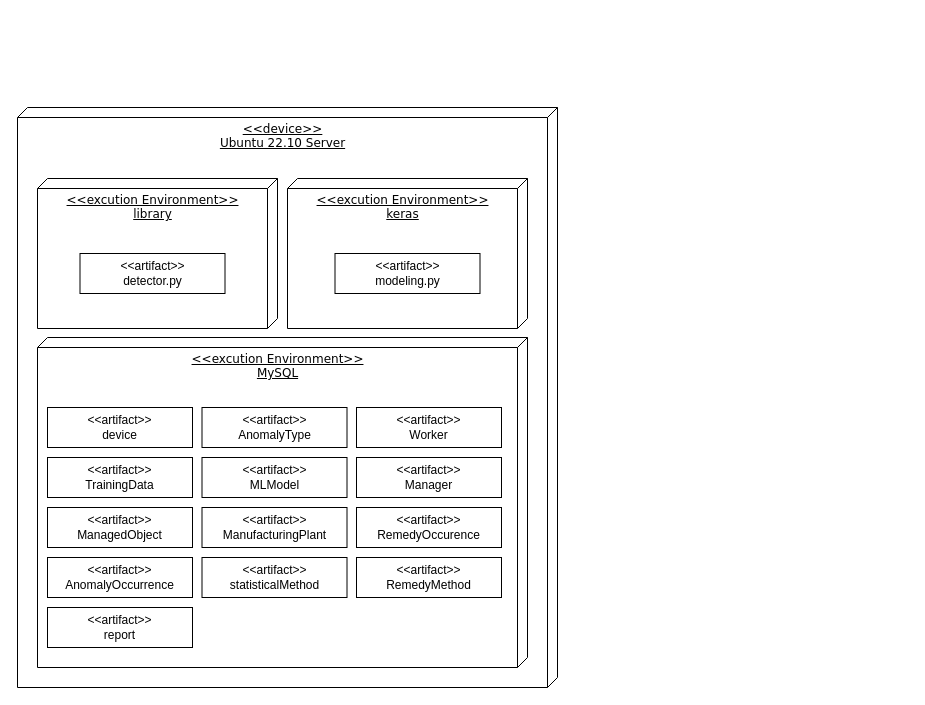
This is aa_deployment_diagram.drawio from ShineSoYoung/TEST, a draw.io file, before an edit. Source tidied: cells renumbered, new cells numbered last; positions are measured from the earlier drawing's top-left corner, leaving out a move shared by most shapes. Both pictures are drawn from the tidied source at 100%, with x=0, y=0 at pixel (17, 107).
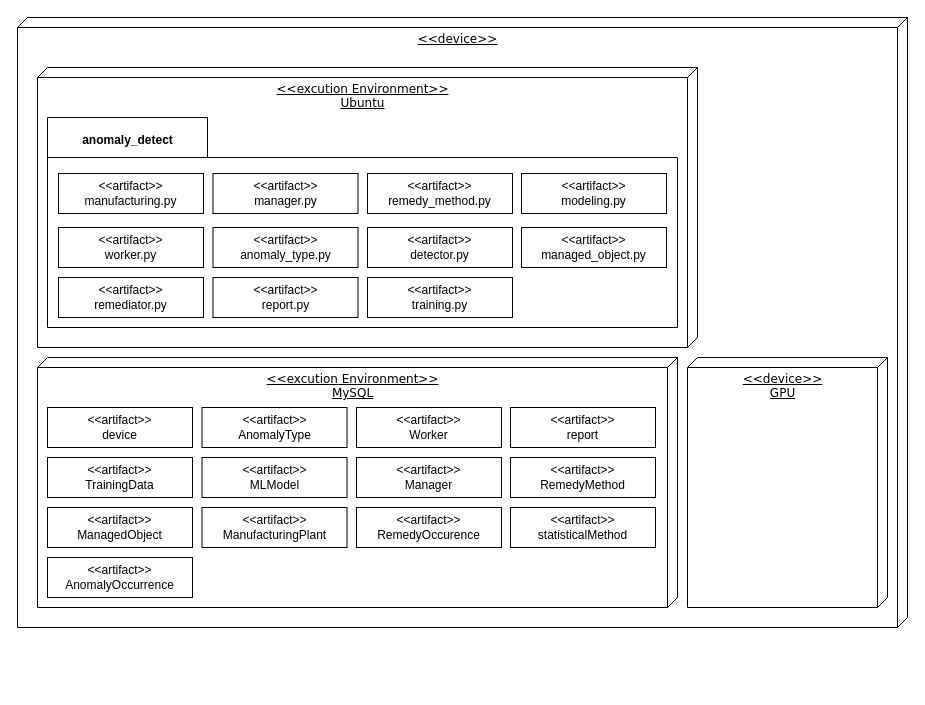
The same diagram, later.

Diff of the diagram source:
```diff
@@
-    <mxCell id="2" value="&amp;lt;&amp;lt;device&amp;gt;&amp;gt; &lt;br&gt;Ubuntu 22.10 Server" style="verticalAlign=top;align=center;spacingTop=8;spacingLeft=2;spacingRight=12;shape=cube;size=10;direction=south;fontStyle=4;html=1;rounded=0;shadow=0;comic=0;labelBackgroundColor=none;strokeWidth=1;fontFamily=Verdana;fontSize=12;" parent="1" vertex="1">
-      <mxGeometry width="540" height="580" as="geometry" />
+    <mxCell id="2" value="&amp;lt;&amp;lt;device&amp;gt;&amp;gt; &lt;br&gt;" style="verticalAlign=top;align=center;spacingTop=8;spacingLeft=2;spacingRight=12;shape=cube;size=10;direction=south;fontStyle=4;html=1;rounded=0;shadow=0;comic=0;labelBackgroundColor=none;strokeWidth=1;fontFamily=Verdana;fontSize=12;" parent="1" vertex="1">
+      <mxGeometry y="-90" width="890" height="610" as="geometry" />
     </mxCell>
-    <mxCell id="3" value="&amp;lt;&amp;lt;excution Environment&amp;gt;&amp;gt;&lt;br&gt;library" style="verticalAlign=top;align=center;spacingTop=8;spacingLeft=2;spacingRight=12;shape=cube;size=10;direction=south;fontStyle=4;html=1;rounded=0;shadow=0;comic=0;labelBackgroundColor=none;strokeWidth=1;fontFamily=Verdana;fontSize=12;" parent="1" vertex="1">
-      <mxGeometry x="20" y="71" width="240" height="150" as="geometry" />
+    <mxCell id="3" value="&amp;lt;&amp;lt;excution Environment&amp;gt;&amp;gt;&lt;br&gt;Ubuntu" style="verticalAlign=top;align=center;spacingTop=8;spacingLeft=2;spacingRight=12;shape=cube;size=10;direction=south;fontStyle=4;html=1;rounded=0;shadow=0;comic=0;labelBackgroundColor=none;strokeWidth=1;fontFamily=Verdana;fontSize=12;" parent="1" vertex="1">
+      <mxGeometry x="20" y="-40" width="660" height="280" as="geometry" />
     </mxCell>
     <mxCell id="4" value="&amp;lt;&amp;lt;excution Environment&amp;gt;&amp;gt;&lt;br&gt;MySQL" style="verticalAlign=top;align=center;spacingTop=8;spacingLeft=2;spacingRight=12;shape=cube;size=10;direction=south;fontStyle=4;html=1;rounded=0;shadow=0;comic=0;labelBackgroundColor=none;strokeWidth=1;fontFamily=Verdana;fontSize=12;" parent="1" vertex="1">
-      <mxGeometry x="20" y="230" width="490" height="330" as="geometry" />
+      <mxGeometry x="20" y="250" width="640" height="250" as="geometry" />
     </mxCell>
@@
     <mxCell id="12" value="&amp;lt;&amp;lt;artifact&amp;gt;&amp;gt;&lt;br&gt;statisticalMethod" style="rounded=0;whiteSpace=wrap;html=1;" parent="1" vertex="1">
-      <mxGeometry x="184.5" y="450" width="145" height="40" as="geometry" />
+      <mxGeometry x="493" y="400" width="145" height="40" as="geometry" />
     </mxCell>
     <mxCell id="13" value="&amp;lt;&amp;lt;artifact&amp;gt;&amp;gt;&lt;br&gt;report" style="rounded=0;whiteSpace=wrap;html=1;" parent="1" vertex="1">
-      <mxGeometry x="30" y="500" width="145" height="40" as="geometry" />
+      <mxGeometry x="493" y="300" width="145" height="40" as="geometry" />
     </mxCell>
@@
     <mxCell id="16" value="&amp;lt;&amp;lt;artifact&amp;gt;&amp;gt;&lt;br&gt;RemedyMethod" style="rounded=0;whiteSpace=wrap;html=1;" parent="1" vertex="1">
-      <mxGeometry x="339" y="450" width="145" height="40" as="geometry" />
+      <mxGeometry x="493" y="350" width="145" height="40" as="geometry" />
     </mxCell>
@@
+    <mxCell id="21" value="&amp;lt;&amp;lt;device&amp;gt;&amp;gt; &lt;br&gt;GPU" style="verticalAlign=top;align=center;spacingTop=8;spacingLeft=2;spacingRight=12;shape=cube;size=10;direction=south;fontStyle=4;html=1;rounded=0;shadow=0;comic=0;labelBackgroundColor=none;strokeWidth=1;fontFamily=Verdana;fontSize=12;" parent="1" vertex="1">
+      <mxGeometry x="670" y="250" width="200" height="250" as="geometry" />
+    </mxCell>
+    <mxCell id="22" style="shape=folder;fontStyle=1;spacingTop=10;tabWidth=160;tabHeight=40;tabPosition=left;html=1;whiteSpace=wrap;" parent="1" vertex="1">
+      <mxGeometry x="30" y="10" width="630" height="210" as="geometry" />
+    </mxCell>
-    <mxCell id="18" value="&amp;lt;&amp;lt;artifact&amp;gt;&amp;gt;&lt;br style=&quot;border-color: var(--border-color);&quot;&gt;detector.py" style="rounded=0;whiteSpace=wrap;html=1;" parent="1" vertex="1">
-      <mxGeometry x="62.5" y="146" width="145" height="40" as="geometry" />
+    <mxCell id="18" value="&amp;lt;&amp;lt;artifact&amp;gt;&amp;gt;&lt;br style=&quot;border-color: var(--border-color);&quot;&gt;manufacturing.py" style="rounded=0;whiteSpace=wrap;html=1;" parent="1" vertex="1">
+      <mxGeometry x="41" y="66" width="145" height="40" as="geometry" />
     </mxCell>
-    <mxCell id="19" value="&amp;lt;&amp;lt;excution Environment&amp;gt;&amp;gt;&lt;br&gt;keras" style="verticalAlign=top;align=center;spacingTop=8;spacingLeft=2;spacingRight=12;shape=cube;size=10;direction=south;fontStyle=4;html=1;rounded=0;shadow=0;comic=0;labelBackgroundColor=none;strokeWidth=1;fontFamily=Verdana;fontSize=12;" parent="1" vertex="1">
-      <mxGeometry x="270" y="71" width="240" height="150" as="geometry" />
-    </mxCell>
     <mxCell id="20" value="&amp;lt;&amp;lt;artifact&amp;gt;&amp;gt;&lt;br style=&quot;border-color: var(--border-color);&quot;&gt;modeling.py" style="rounded=0;whiteSpace=wrap;html=1;" parent="1" vertex="1">
-      <mxGeometry x="317.5" y="146" width="145" height="40" as="geometry" />
+      <mxGeometry x="504" y="66" width="145" height="40" as="geometry" />
     </mxCell>
+    <mxCell id="23" value="&amp;lt;&amp;lt;artifact&amp;gt;&amp;gt;&lt;br style=&quot;border-color: var(--border-color);&quot;&gt;manager.py" style="rounded=0;whiteSpace=wrap;html=1;" parent="1" vertex="1">
+      <mxGeometry x="195.5" y="66" width="145" height="40" as="geometry" />
+    </mxCell>
+    <mxCell id="24" value="&amp;lt;&amp;lt;artifact&amp;gt;&amp;gt;&lt;br style=&quot;border-color: var(--border-color);&quot;&gt;remedy_method.py" style="rounded=0;whiteSpace=wrap;html=1;" parent="1" vertex="1">
+      <mxGeometry x="350" y="66" width="145" height="40" as="geometry" />
+    </mxCell>
+    <mxCell id="25" value="&amp;lt;&amp;lt;artifact&amp;gt;&amp;gt;&lt;br style=&quot;border-color: var(--border-color);&quot;&gt;worker.py" style="rounded=0;whiteSpace=wrap;html=1;" parent="1" vertex="1">
+      <mxGeometry x="41" y="120" width="145" height="40" as="geometry" />
+    </mxCell>
+    <mxCell id="26" value="&amp;lt;&amp;lt;artifact&amp;gt;&amp;gt;&lt;br style=&quot;border-color: var(--border-color);&quot;&gt;anomaly_type.py" style="rounded=0;whiteSpace=wrap;html=1;" parent="1" vertex="1">
+      <mxGeometry x="195.5" y="120" width="145" height="40" as="geometry" />
+    </mxCell>
+    <mxCell id="27" value="&amp;lt;&amp;lt;artifact&amp;gt;&amp;gt;&lt;br style=&quot;border-color: var(--border-color);&quot;&gt;managed_object.py" style="rounded=0;whiteSpace=wrap;html=1;" parent="1" vertex="1">
+      <mxGeometry x="504" y="120" width="145" height="40" as="geometry" />
+    </mxCell>
+    <mxCell id="28" value="&amp;lt;&amp;lt;artifact&amp;gt;&amp;gt;&lt;br style=&quot;border-color: var(--border-color);&quot;&gt;remediator.py" style="rounded=0;whiteSpace=wrap;html=1;" parent="1" vertex="1">
+      <mxGeometry x="41" y="170" width="145" height="40" as="geometry" />
+    </mxCell>
+    <mxCell id="29" value="&amp;lt;&amp;lt;artifact&amp;gt;&amp;gt;&lt;br style=&quot;border-color: var(--border-color);&quot;&gt;detector.py" style="rounded=0;whiteSpace=wrap;html=1;" parent="1" vertex="1">
+      <mxGeometry x="350" y="120" width="145" height="40" as="geometry" />
+    </mxCell>
+    <mxCell id="30" value="&amp;lt;&amp;lt;artifact&amp;gt;&amp;gt;&lt;br style=&quot;border-color: var(--border-color);&quot;&gt;training.py" style="rounded=0;whiteSpace=wrap;html=1;" parent="1" vertex="1">
+      <mxGeometry x="350" y="170" width="145" height="40" as="geometry" />
+    </mxCell>
+    <mxCell id="31" value="&amp;lt;&amp;lt;artifact&amp;gt;&amp;gt;&lt;br style=&quot;border-color: var(--border-color);&quot;&gt;report.py" style="rounded=0;whiteSpace=wrap;html=1;" parent="1" vertex="1">
+      <mxGeometry x="195.5" y="170" width="145" height="40" as="geometry" />
+    </mxCell>
+    <mxCell id="32" value="anomaly_detect" style="text;align=center;fontStyle=1;verticalAlign=middle;spacingLeft=3;spacingRight=3;strokeColor=none;html=1;" parent="1" vertex="1">
+      <mxGeometry x="70" y="20" width="80" height="26" as="geometry" />
+    </mxCell>
```
